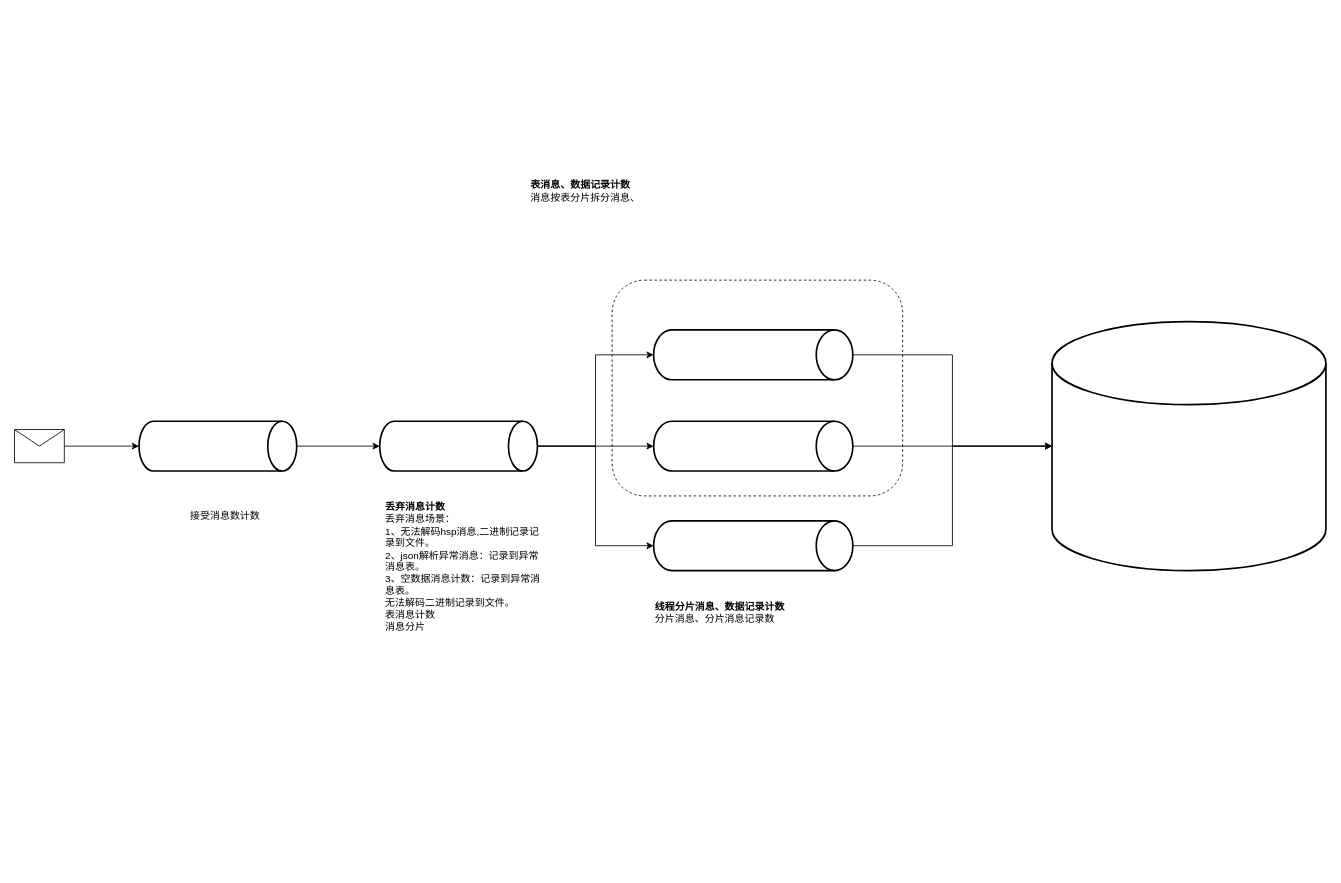
This is page "第 1 页" (1 of 2) of dp-ind.drawio from lan13217/diagrams, a draw.io file, before an edit. Source tidied: cells renumbered, new cells numbered last; positions are measured from the earlier drawing's top-left corner, leaving out a move shared by most shapes. Both pictures are drawn from the tidied source at 83%, with x=0, y=0 at pixel (14, 14).
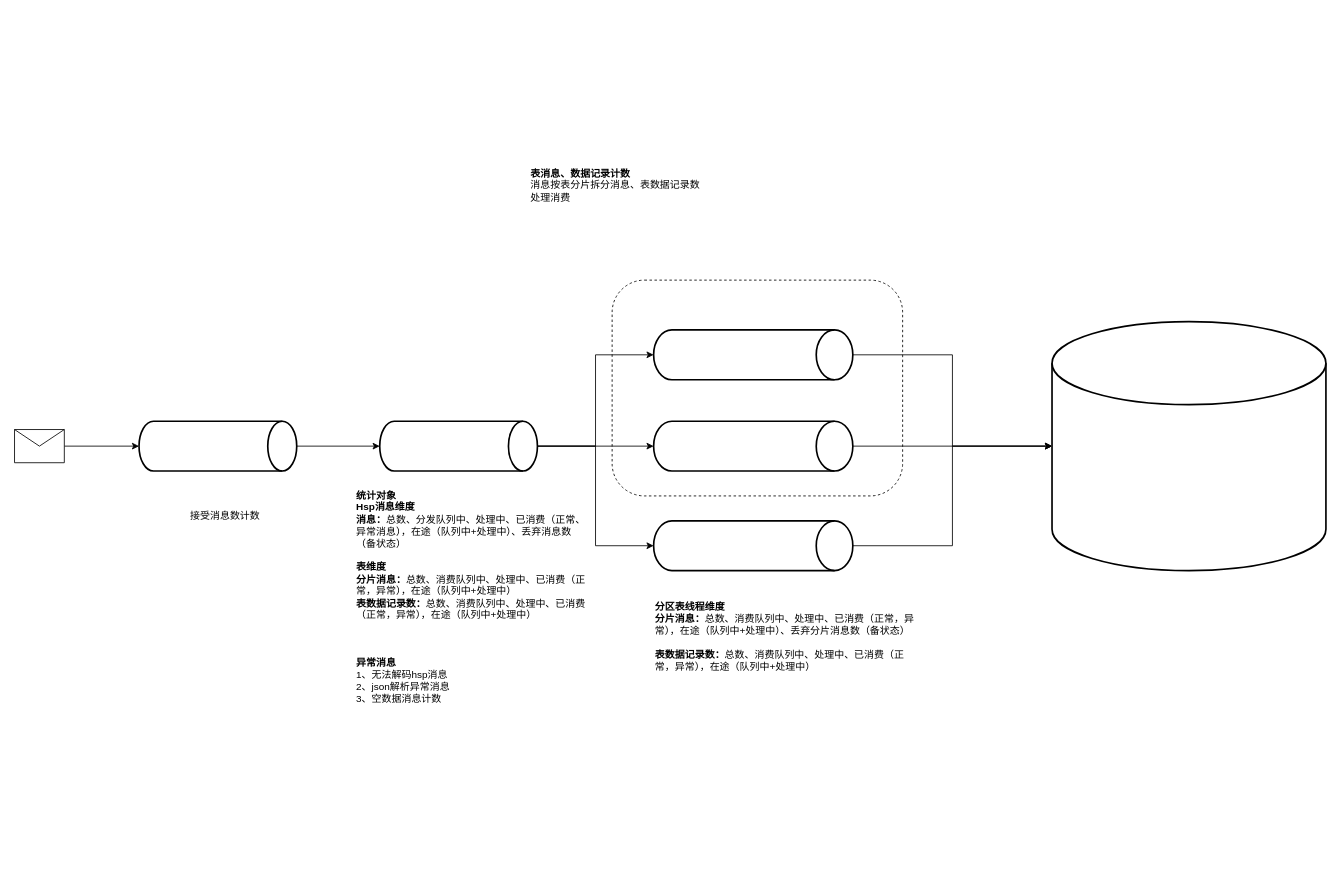
The same diagram, later.

Diff of the diagram source:
```diff
@@
-    <mxCell id="18" value="&lt;b&gt;丢弃消息计数&lt;/b&gt;&lt;br&gt;丢弃消息场景：&lt;br&gt;1、无法解码hsp消息,二进制记录记录到文件。&lt;br&gt;2、json解析异常消息：记录到异常消息表。&lt;br&gt;3、空数据消息计数：记录到异常消息表。&lt;br&gt;无法解码二进制记录到文件。&lt;br&gt;表消息计数&lt;br&gt;消息分片" style="text;html=1;strokeColor=none;fillColor=none;align=left;verticalAlign=top;whiteSpace=wrap;rounded=0;" parent="1" vertex="1">
-      <mxGeometry x="445" y="580" width="195" height="300" as="geometry" />
+    <mxCell id="18" value="&lt;b&gt;统计对象&lt;br&gt;Hsp消息维度&lt;br&gt;消息：&lt;/b&gt;总数、分发队列中、处理中、已消费（正常、异常消息&lt;span style=&quot;border-color: var(--border-color);&quot;&gt;）&lt;span style=&quot;border-color: var(--border-color);&quot;&gt;，在途（&lt;/span&gt;&lt;span style=&quot;border-color: var(--border-color);&quot;&gt;队列中+处理中&lt;/span&gt;&lt;span style=&quot;border-color: var(--border-color);&quot;&gt;）&lt;/span&gt;、丢弃消息数（备状态）&lt;br&gt;&lt;/span&gt;&lt;b&gt;&lt;br&gt;表维度&lt;br&gt;&lt;/b&gt;&lt;b style=&quot;border-color: var(--border-color);&quot;&gt;分片&lt;/b&gt;&lt;b&gt;消息：&lt;/b&gt;总数、&lt;span style=&quot;border-color: var(--border-color);&quot;&gt;消费&lt;/span&gt;队列中、处理中、已消费（正常，异常），在途（&lt;span style=&quot;border-color: var(--border-color);&quot;&gt;队列中+处理中&lt;/span&gt;）&lt;br&gt;&lt;b&gt;表数据记录数：&lt;/b&gt;&lt;span style=&quot;border-color: var(--border-color);&quot;&gt;总数、&lt;span style=&quot;border-color: var(--border-color);&quot;&gt;消费&lt;/span&gt;队列中、处理中、已消费（正常，异常），在途（&lt;/span&gt;&lt;span style=&quot;border-color: var(--border-color);&quot;&gt;队列中+处理中&lt;/span&gt;&lt;span style=&quot;border-color: var(--border-color);&quot;&gt;）&lt;/span&gt;&lt;b&gt;&lt;br&gt;&lt;br&gt;&lt;br&gt;&lt;br&gt;异常消息&lt;/b&gt;&lt;br&gt;1、无法解码hsp消息&lt;br&gt;2、json解析异常消息&lt;br&gt;3、空数据消息计数" style="text;html=1;strokeColor=none;fillColor=none;align=left;verticalAlign=top;whiteSpace=wrap;rounded=0;" parent="1" vertex="1">
+      <mxGeometry x="410" y="566" width="280" height="464" as="geometry" />
     </mxCell>
-    <mxCell id="19" value="&lt;b&gt;线程分片消息、数据记录计数&lt;/b&gt;&lt;br&gt;分片消息、分片消息记录数" style="text;html=1;strokeColor=none;fillColor=none;align=left;verticalAlign=top;whiteSpace=wrap;rounded=0;" parent="1" vertex="1">
-      <mxGeometry x="770" y="700" width="195" height="300" as="geometry" />
+    <mxCell id="19" value="&lt;b style=&quot;border-color: var(--border-color);&quot;&gt;分区表线程维度&lt;br style=&quot;border-color: var(--border-color);&quot;&gt;&lt;/b&gt;&lt;b style=&quot;border-color: var(--border-color);&quot;&gt;分片&lt;/b&gt;&lt;b style=&quot;border-color: var(--border-color);&quot;&gt;消息：&lt;/b&gt;&lt;span style=&quot;border-color: var(--border-color);&quot;&gt;总数、消费队列中、处理中、已消费（正常，异常），在途（&lt;/span&gt;&lt;span style=&quot;border-color: var(--border-color);&quot;&gt;队列中+处理中）、丢弃分片消息数（备状态）&lt;/span&gt;&lt;b style=&quot;border-color: var(--border-color);&quot;&gt;&lt;br style=&quot;border-color: var(--border-color);&quot;&gt;&lt;br style=&quot;border-color: var(--border-color);&quot;&gt;&lt;/b&gt;&lt;b style=&quot;border-color: var(--border-color);&quot;&gt;表数据记录数：&lt;/b&gt;&lt;span style=&quot;border-color: var(--border-color);&quot;&gt;总数、&lt;span style=&quot;border-color: var(--border-color);&quot;&gt;消费&lt;/span&gt;队列中、处理中、已消费（正常，异常），在途（&lt;/span&gt;&lt;span style=&quot;border-color: var(--border-color);&quot;&gt;队列中+处理中&lt;/span&gt;&lt;span style=&quot;border-color: var(--border-color);&quot;&gt;）&lt;/span&gt;&lt;b style=&quot;border-color: var(--border-color);&quot;&gt;&lt;br style=&quot;border-color: var(--border-color);&quot;&gt;&lt;/b&gt;" style="text;html=1;strokeColor=none;fillColor=none;align=left;verticalAlign=top;whiteSpace=wrap;rounded=0;" parent="1" vertex="1">
+      <mxGeometry x="770" y="700" width="320" height="300" as="geometry" />
     </mxCell>
@@
-    <mxCell id="21" value="&lt;b&gt;表消息、数据记录计数&lt;br&gt;&lt;/b&gt;消息按表分片拆分消息、" style="text;html=1;strokeColor=none;fillColor=none;align=left;verticalAlign=bottom;whiteSpace=wrap;rounded=0;" parent="1" vertex="1">
-      <mxGeometry x="620" width="195" height="230" as="geometry" />
+    <mxCell id="21" value="&lt;b&gt;表消息、数据记录计数&lt;/b&gt;&lt;br&gt;消息按表分片拆分消息、表数据记录数&lt;br&gt;处理消费" style="text;html=1;strokeColor=none;fillColor=none;align=left;verticalAlign=bottom;whiteSpace=wrap;rounded=0;" parent="1" vertex="1">
+      <mxGeometry x="620" width="210" height="230" as="geometry" />
     </mxCell>
```
